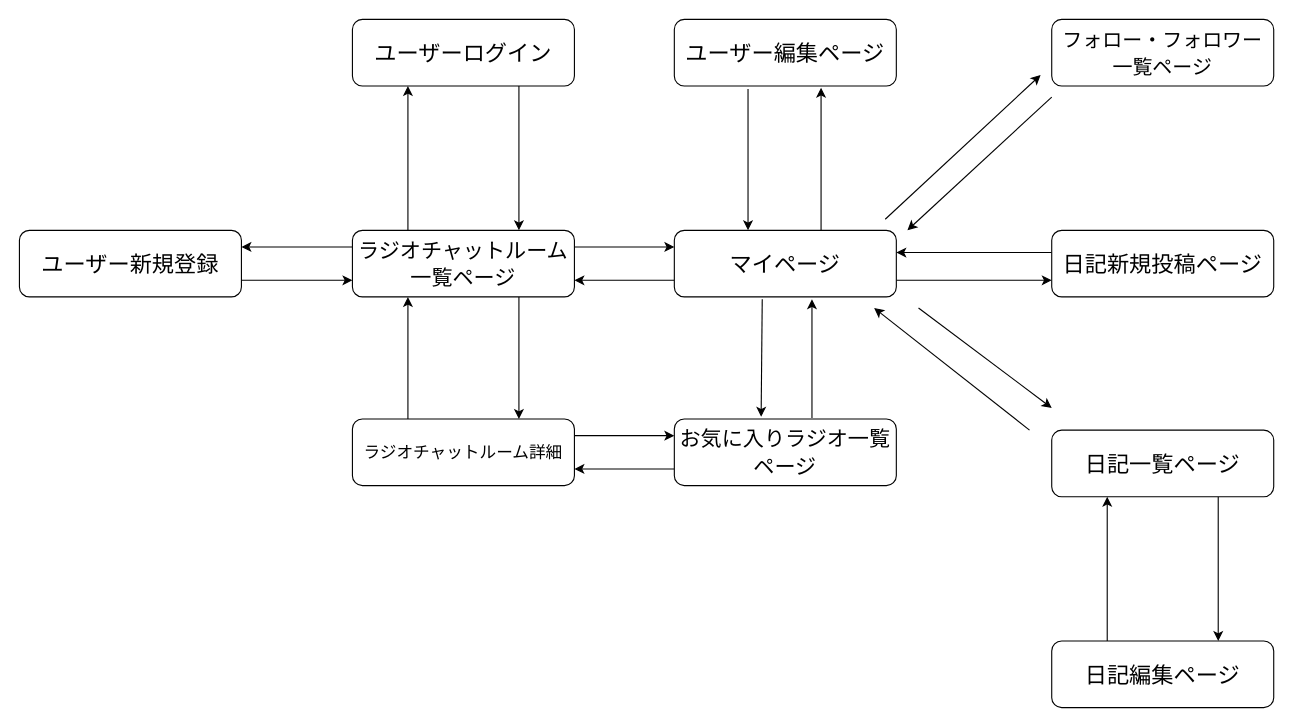
This is screen_transition_diagram.dio from rfitstatsuya/radio-listeners, a draw.io file, before an edit. Source tidied: cells renumbered, new cells numbered last; positions are measured from the earlier drawing's top-left corner, leaving out a move shared by most shapes. Both pictures are drawn from the tidied source at 111%, with x=0, y=0 at pixel (19, 19).
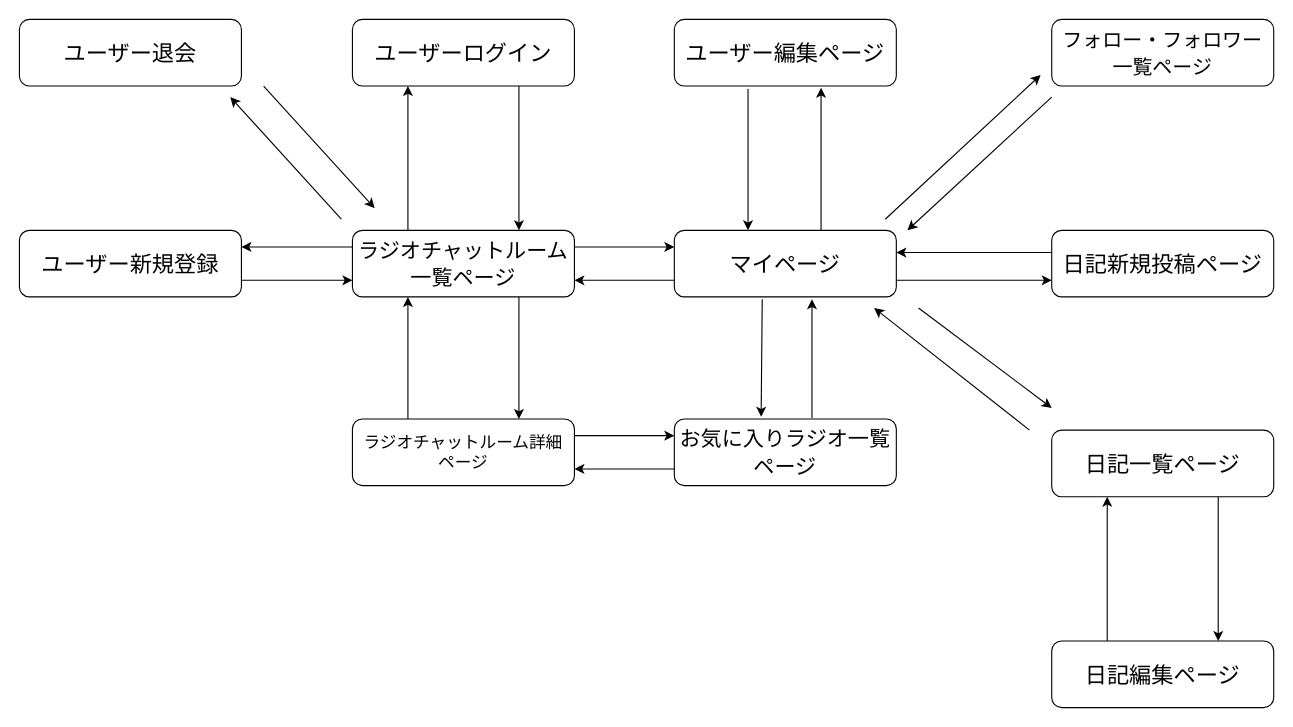
The same diagram, later.

Commit message:
画面遷移図　修正

The edit, as a diff of the source:
```diff
@@
-    <mxCell id="9" value="&lt;font style=&quot;font-size: 15px;&quot;&gt;ラジオチャットルーム詳細&lt;/font&gt;" style="rounded=1;whiteSpace=wrap;html=1;fontSize=15;" parent="1" vertex="1">
+    <mxCell id="9" value="&lt;font style=&quot;font-size: 15px;&quot;&gt;ラジオチャットルーム詳細&lt;br&gt;ページ&lt;/font&gt;" style="rounded=1;whiteSpace=wrap;html=1;fontSize=15;" parent="1" vertex="1">
       <mxGeometry x="300" y="360" width="200" height="60" as="geometry" />
     </mxCell>
@@
+    <mxCell id="35" value="&lt;span style=&quot;font-size: 20px;&quot;&gt;ユーザー退会&lt;/span&gt;" style="rounded=1;whiteSpace=wrap;html=1;" parent="1" vertex="1">
+      <mxGeometry width="200" height="60" as="geometry" />
+    </mxCell>
+    <mxCell id="36" style="endArrow=classic;html=1;" parent="1" edge="1">
+      <mxGeometry relative="1" as="geometry">
+        <mxPoint x="290" y="180" as="sourcePoint" />
+        <mxPoint x="190" y="70" as="targetPoint" />
+      </mxGeometry>
+    </mxCell>
+    <mxCell id="37" style="endArrow=classic;html=1;" parent="1" edge="1">
+      <mxGeometry relative="1" as="geometry">
+        <mxPoint x="220" y="60" as="sourcePoint" />
+        <mxPoint x="320" y="170" as="targetPoint" />
+      </mxGeometry>
+    </mxCell>
```
